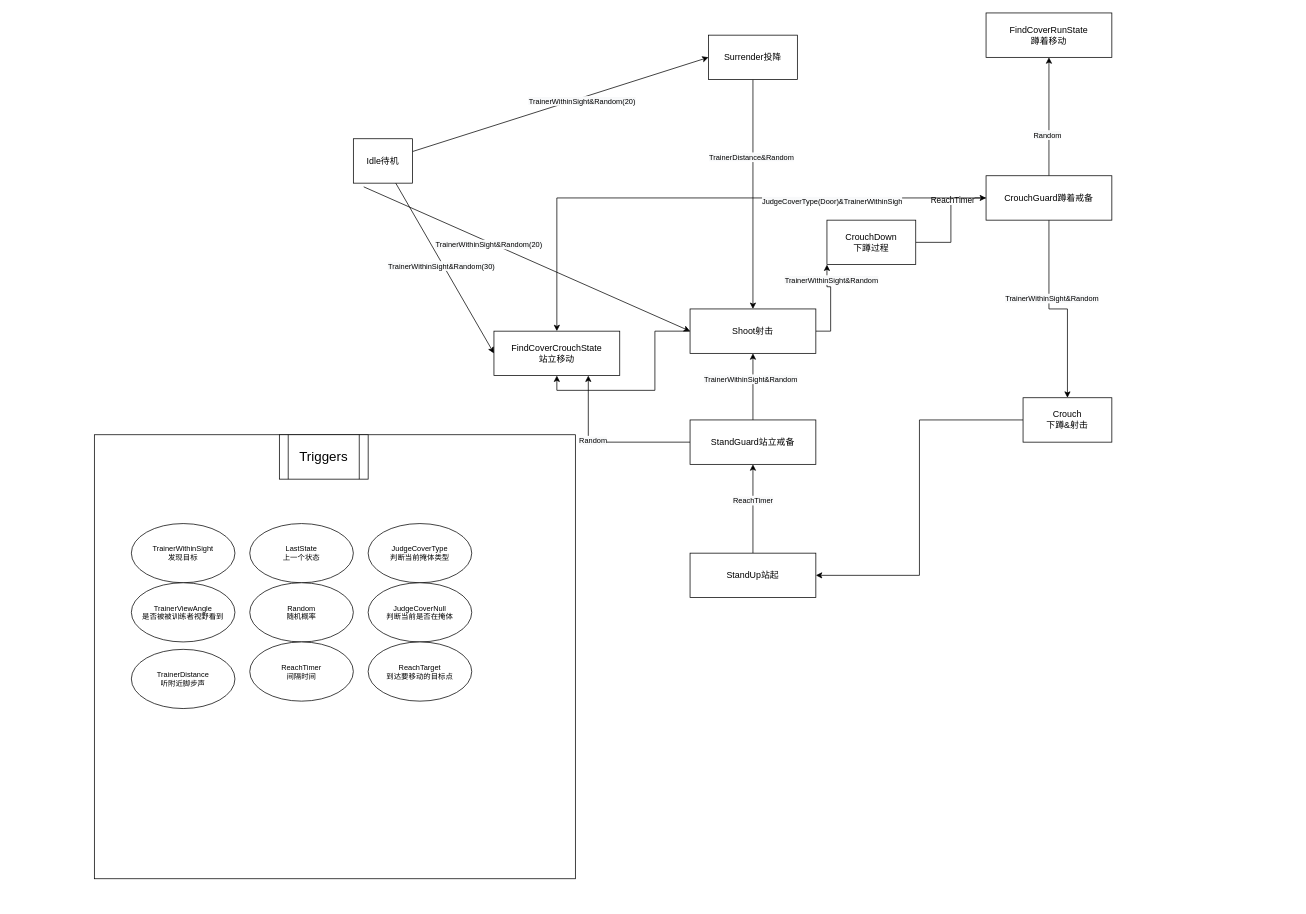
Earlier version of the draw.io diagram Untitled Diagram.drawio (LKaiGuo/CubeXGame). Source tidied: cells renumbered, new cells numbered last; positions are measured from the earlier drawing's top-left corner, leaving out a move shared by most shapes. Both pictures are drawn from the tidied source at 74%, with x=0, y=0 at pixel (94, 13).
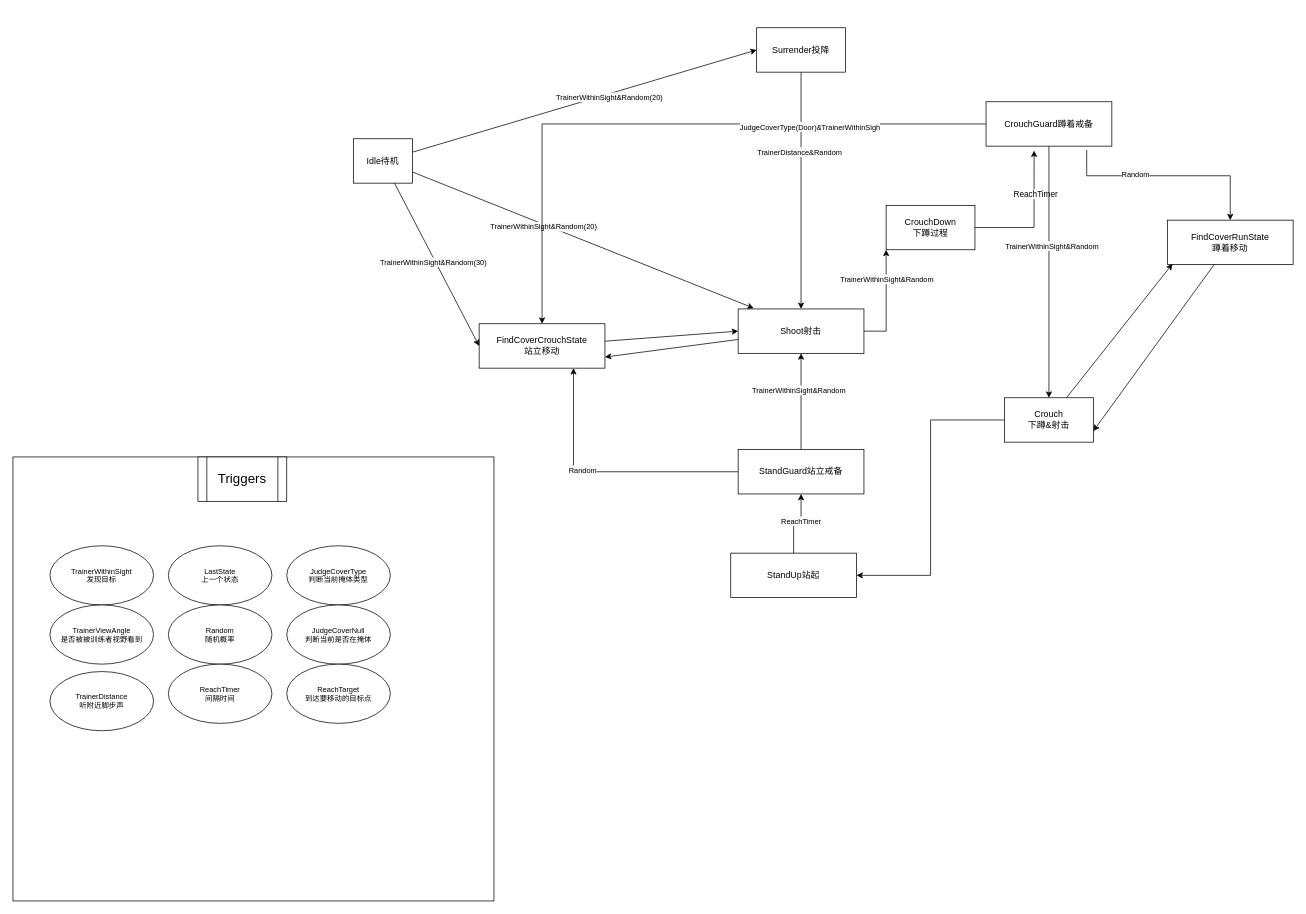
Above is the later version.

Unchanged cells that the change refers to:
```xml
<mxCell id="21" value="Idle待机" style="rounded=0;whiteSpace=wrap;html=1;" parent="1" vertex="1">
  <mxGeometry x="350" y="170" width="80" height="60" as="geometry" />
</mxCell>
```

The edit, as a diff of the source:
```diff
@@
-    <mxCell id="2" style="edgeStyle=orthogonalEdgeStyle;rounded=0;jettySize=auto;html=1;exitX=1;exitY=0.5;exitDx=0;exitDy=0;entryX=0;entryY=0.5;entryDx=0;entryDy=0;" parent="1" edge="1" source="4" target="50">
+    <mxCell id="2" style="edgeStyle=orthogonalEdgeStyle;rounded=0;jettySize=auto;html=1;exitX=1;exitY=0.5;exitDx=0;exitDy=0;entryX=0.382;entryY=1.1;entryDx=0;entryDy=0;entryPerimeter=0;" parent="1" edge="1" source="4" target="50">
       <mxGeometry relative="1" as="geometry" />
     </mxCell>
@@
     <mxCell id="4" value="CrouchDown&lt;br&gt;下蹲过程" style="rounded=0;whiteSpace=wrap;html=1;" parent="1" vertex="1">
-      <mxGeometry x="990" y="280" width="120" height="60" as="geometry" />
+      <mxGeometry x="1070" y="260" width="120" height="60" as="geometry" />
     </mxCell>
     <mxCell id="5" style="group;" parent="1" vertex="1">
-      <mxGeometry y="570" width="650" height="600" as="geometry" />
+      <mxGeometry x="-110" y="600" width="650" height="600" as="geometry" />
     </mxCell>
@@
-    <mxCell id="17" style="edgeStyle=none;rounded=0;jettySize=auto;html=1;entryX=0;entryY=0.5;entryDx=0;entryDy=0;exitX=0.175;exitY=1.083;exitDx=0;exitDy=0;exitPerimeter=0;" parent="1" edge="1" source="21" target="30">
+    <mxCell id="17" style="edgeStyle=none;rounded=0;jettySize=auto;html=1;entryX=0.124;entryY=-0.017;entryDx=0;entryDy=0;exitX=1;exitY=0.75;exitDx=0;exitDy=0;entryPerimeter=0;" parent="1" edge="1" source="21" target="30">
       <mxGeometry relative="1" as="geometry" />
     </mxCell>
@@
+    <mxCell id="51" style="edgeStyle=none;rounded=0;jettySize=auto;html=1;entryX=0;entryY=0.5;entryDx=0;entryDy=0;" parent="1" edge="1" source="22" target="30">
+      <mxGeometry relative="1" as="geometry" />
+    </mxCell>
     <mxCell id="22" value="FindCoverCrouchState&lt;br&gt;站立移动" style="rounded=0;whiteSpace=wrap;html=1;" parent="1" vertex="1">
-      <mxGeometry x="540" y="430" width="170" height="60" as="geometry" />
+      <mxGeometry x="520" y="420" width="170" height="60" as="geometry" />
     </mxCell>
+    <mxCell id="52" style="edgeStyle=none;rounded=0;jettySize=auto;html=1;entryX=1;entryY=0.75;entryDx=0;entryDy=0;" parent="1" edge="1" source="23" target="32">
+      <mxGeometry relative="1" as="geometry" />
+    </mxCell>
     <mxCell id="23" value="FindCoverRunState&lt;br&gt;蹲着移动" style="rounded=0;whiteSpace=wrap;html=1;" parent="1" vertex="1">
-      <mxGeometry x="1205" width="170" height="60" as="geometry" />
+      <mxGeometry x="1450" y="280" width="170" height="60" as="geometry" />
     </mxCell>
@@
     <mxCell id="26" value="Surrender投降" style="rounded=0;whiteSpace=wrap;html=1;" parent="1" vertex="1">
-      <mxGeometry x="830" y="30" width="120" height="60" as="geometry" />
+      <mxGeometry x="895" y="20" width="120" height="60" as="geometry" />
     </mxCell>
-    <mxCell id="27" style="edgeStyle=orthogonalEdgeStyle;rounded=0;jettySize=auto;html=1;entryX=0.5;entryY=1;entryDx=0;entryDy=0;" parent="1" edge="1" source="30" target="22">
+    <mxCell id="27" style="rounded=0;jettySize=auto;html=1;entryX=1;entryY=0.75;entryDx=0;entryDy=0;" parent="1" edge="1" source="30" target="22">
       <mxGeometry relative="1" as="geometry" />
     </mxCell>
@@
     <mxCell id="30" value="Shoot射击" style="rounded=0;whiteSpace=wrap;html=1;" parent="1" vertex="1">
-      <mxGeometry x="805" y="400" width="170" height="60" as="geometry" />
+      <mxGeometry x="870" y="400" width="170" height="60" as="geometry" />
     </mxCell>
@@
+    <mxCell id="53" style="edgeStyle=none;rounded=0;jettySize=auto;html=1;entryX=0.041;entryY=0.983;entryDx=0;entryDy=0;entryPerimeter=0;" parent="1" edge="1" source="32" target="23">
+      <mxGeometry relative="1" as="geometry" />
+    </mxCell>
     <mxCell id="32" value="Crouch&lt;br&gt;下蹲&amp;amp;射击" style="rounded=0;whiteSpace=wrap;html=1;" parent="1" vertex="1">
-      <mxGeometry x="1255" y="520" width="120" height="60" as="geometry" />
+      <mxGeometry x="1230" y="520" width="120" height="60" as="geometry" />
     </mxCell>
@@
     <mxCell id="35" value="StandUp站起" style="rounded=0;whiteSpace=wrap;html=1;" parent="1" vertex="1">
-      <mxGeometry x="805" y="730" width="170" height="60" as="geometry" />
+      <mxGeometry x="860" y="730" width="170" height="60" as="geometry" />
     </mxCell>
@@
     <mxCell id="40" value="StandGuard站立戒备" style="rounded=0;whiteSpace=wrap;html=1;" parent="1" vertex="1">
-      <mxGeometry x="805" y="550" width="170" height="60" as="geometry" />
+      <mxGeometry x="870" y="590" width="170" height="60" as="geometry" />
     </mxCell>
@@
-    <mxCell id="46" style="edgeStyle=orthogonalEdgeStyle;rounded=0;jettySize=auto;html=1;entryX=0.5;entryY=1;entryDx=0;entryDy=0;" parent="1" edge="1" source="50" target="23">
+    <mxCell id="46" style="edgeStyle=orthogonalEdgeStyle;rounded=0;jettySize=auto;html=1;entryX=0.5;entryY=0;entryDx=0;entryDy=0;exitX=0.8;exitY=1.083;exitDx=0;exitDy=0;exitPerimeter=0;" parent="1" edge="1" source="50" target="23">
       <mxGeometry relative="1" as="geometry">
         <Array as="points">
-          <mxPoint x="1235" y="220" />
-          <mxPoint x="1235" y="220" />
+          <mxPoint x="1341" y="220" />
+          <mxPoint x="1535" y="220" />
         </Array>
       </mxGeometry>
     </mxCell>
@@
     <mxCell id="50" value="CrouchGuard蹲着戒备" style="rounded=0;whiteSpace=wrap;html=1;" parent="1" vertex="1">
-      <mxGeometry x="1205" y="220" width="170" height="60" as="geometry" />
+      <mxGeometry x="1205" y="120" width="170" height="60" as="geometry" />
     </mxCell>
```
